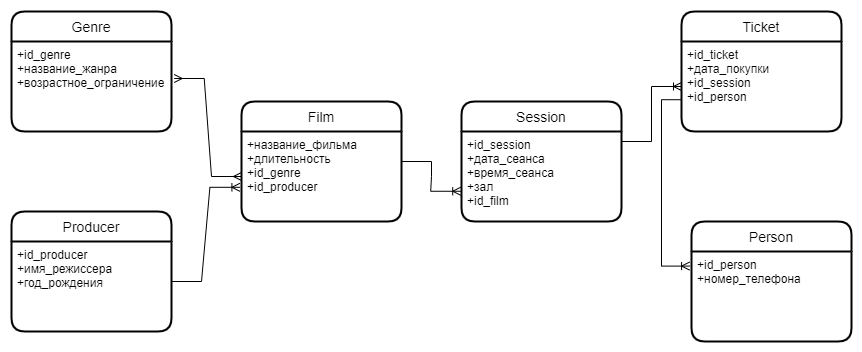
The draw.io diagram Cinema.drawio.png in Kolesa-Education/kolesa-upgrade-homework-4, before a commit. Source tidied: cells renumbered, new cells last; positions are measured from the earlier drawing's top-left corner, leaving out a move shared by most shapes.
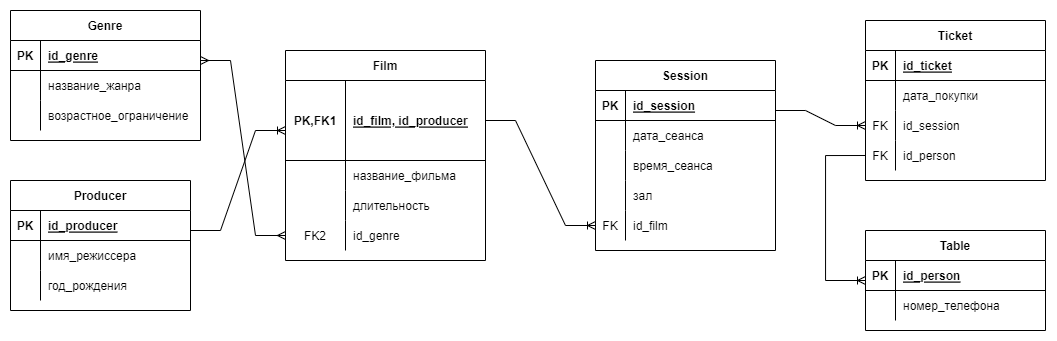
The same diagram one commit later.

The edit, as a diff of the source:
```diff
@@ -2,67 +2,242 @@
   <root>
     <mxCell id="0" />
     <mxCell id="1" parent="0" />
+    <mxCell id="4" value="Genre" style="shape=table;startSize=30;rowLines=0;fontStyle=1;align=center;" parent="1" vertex="1">
+      <mxGeometry x="-15" y="520" width="190" height="130" as="geometry" />
+    </mxCell>
+    <mxCell id="19" style="shape=tableRow;horizontal=0;startSize=0;swimlaneHead=0;swimlaneBody=0;fillColor=none;top=0;left=0;right=0;bottom=1;" parent="4" vertex="1">
+      <mxGeometry y="30" width="190" height="30" as="geometry" />
+    </mxCell>
+    <mxCell id="20" value="PK" style="shape=partialRectangle;fillColor=none;top=0;left=0;bottom=0;right=0;fontStyle=1;overflow=hidden;" parent="19" vertex="1">
+      <mxGeometry width="30" height="30" as="geometry" />
+    </mxCell>
+    <mxCell id="21" value="id_genre" style="shape=partialRectangle;fillColor=none;top=0;left=0;bottom=0;right=0;align=left;spacingLeft=6;fontStyle=5;overflow=hidden;" parent="19" vertex="1">
+      <mxGeometry x="30" width="160" height="30" as="geometry" />
+    </mxCell>
+    <mxCell id="22" style="shape=tableRow;horizontal=0;startSize=0;swimlaneHead=0;swimlaneBody=0;fillColor=none;top=0;left=0;right=0;bottom=0;" parent="4" vertex="1">
+      <mxGeometry y="60" width="190" height="30" as="geometry" />
+    </mxCell>
+    <mxCell id="23" style="shape=partialRectangle;fillColor=none;top=0;left=0;bottom=0;right=0;overflow=hidden;" parent="22" vertex="1">
+      <mxGeometry width="30" height="30" as="geometry" />
+    </mxCell>
+    <mxCell id="24" value="название_жанра" style="shape=partialRectangle;fillColor=none;top=0;left=0;bottom=0;right=0;align=left;spacingLeft=6;overflow=hidden;" parent="22" vertex="1">
+      <mxGeometry x="30" width="160" height="30" as="geometry" />
+    </mxCell>
+    <mxCell id="25" style="shape=tableRow;horizontal=0;startSize=0;swimlaneHead=0;swimlaneBody=0;fillColor=none;top=0;left=0;right=0;bottom=0;" parent="4" vertex="1">
+      <mxGeometry y="90" width="190" height="30" as="geometry" />
+    </mxCell>
+    <mxCell id="26" style="shape=partialRectangle;fillColor=none;top=0;left=0;bottom=0;right=0;overflow=hidden;" parent="25" vertex="1">
+      <mxGeometry width="30" height="30" as="geometry" />
+    </mxCell>
+    <mxCell id="27" value="возрастное_ограничение" style="shape=partialRectangle;fillColor=none;top=0;left=0;bottom=0;right=0;align=left;spacingLeft=6;overflow=hidden;" parent="25" vertex="1">
+      <mxGeometry x="30" width="160" height="30" as="geometry" />
+    </mxCell>
+    <mxCell id="6" value="Producer" style="shape=table;startSize=30;rowLines=0;fontStyle=1;align=center;" parent="1" vertex="1">
+      <mxGeometry x="-15" y="690" width="180" height="130" as="geometry" />
+    </mxCell>
+    <mxCell id="28" style="shape=tableRow;horizontal=0;startSize=0;swimlaneHead=0;swimlaneBody=0;fillColor=none;top=0;left=0;right=0;bottom=1;" parent="6" vertex="1">
+      <mxGeometry y="30" width="180" height="30" as="geometry" />
+    </mxCell>
+    <mxCell id="29" value="PK" style="shape=partialRectangle;fillColor=none;top=0;left=0;bottom=0;right=0;fontStyle=1;overflow=hidden;" parent="28" vertex="1">
+      <mxGeometry width="30" height="30" as="geometry" />
+    </mxCell>
+    <mxCell id="30" value="id_producer" style="shape=partialRectangle;fillColor=none;top=0;left=0;bottom=0;right=0;align=left;spacingLeft=6;fontStyle=5;overflow=hidden;" parent="28" vertex="1">
+      <mxGeometry x="30" width="150" height="30" as="geometry" />
+    </mxCell>
+    <mxCell id="31" style="shape=tableRow;horizontal=0;startSize=0;swimlaneHead=0;swimlaneBody=0;fillColor=none;top=0;left=0;right=0;bottom=0;" parent="6" vertex="1">
+      <mxGeometry y="60" width="180" height="30" as="geometry" />
+    </mxCell>
+    <mxCell id="32" style="shape=partialRectangle;fillColor=none;top=0;left=0;bottom=0;right=0;overflow=hidden;" parent="31" vertex="1">
+      <mxGeometry width="30" height="30" as="geometry" />
+    </mxCell>
+    <mxCell id="33" value="имя_режиссера" style="shape=partialRectangle;fillColor=none;top=0;left=0;bottom=0;right=0;align=left;spacingLeft=6;overflow=hidden;" parent="31" vertex="1">
+      <mxGeometry x="30" width="150" height="30" as="geometry" />
+    </mxCell>
+    <mxCell id="34" style="shape=tableRow;horizontal=0;startSize=0;swimlaneHead=0;swimlaneBody=0;fillColor=none;top=0;left=0;right=0;bottom=0;" parent="6" vertex="1">
+      <mxGeometry y="90" width="180" height="30" as="geometry" />
+    </mxCell>
+    <mxCell id="35" style="shape=partialRectangle;fillColor=none;top=0;left=0;bottom=0;right=0;overflow=hidden;" parent="34" vertex="1">
+      <mxGeometry width="30" height="30" as="geometry" />
+    </mxCell>
+    <mxCell id="36" value="год_рождения" style="shape=partialRectangle;fillColor=none;top=0;left=0;bottom=0;right=0;align=left;spacingLeft=6;overflow=hidden;" parent="34" vertex="1">
+      <mxGeometry x="30" width="150" height="30" as="geometry" />
+    </mxCell>
-    <mxCell id="2" value="Film" style="swimlane;horizontal=1;startSize=30;rounded=1;fontSize=14;fontStyle=0;strokeWidth=2;shadow=0;dashed=0;align=center;" parent="1" vertex="1">
-      <mxGeometry x="230" y="90" width="160" height="120" as="geometry" />
+    <mxCell id="2" value="Film" style="shape=table;startSize=30;rowLines=0;fontStyle=1;align=center;" parent="1" vertex="1">
+      <mxGeometry x="260" y="560" width="200" height="210" as="geometry" />
     </mxCell>
-    <mxCell id="3" value="+название_фильма&#10;+длительность&#10;+id_genre&#10;+id_producer" style="align=left;strokeColor=none;fillColor=none;spacingLeft=4;fontSize=12;verticalAlign=top;" parent="2" vertex="1">
-      <mxGeometry y="30" width="160" height="90" as="geometry" />
-    </mxCell>
-    <mxCell id="4" value="Genre" style="swimlane;horizontal=1;startSize=30;rounded=1;fontSize=14;fontStyle=0;strokeWidth=2;shadow=0;dashed=0;align=center;" parent="1" vertex="1">
-      <mxGeometry width="160" height="120" as="geometry" />
-    </mxCell>
-    <mxCell id="5" value="+id_genre&#10;+название_жанра&#10;+возрастное_ограничение" style="align=left;strokeColor=none;fillColor=none;spacingLeft=4;fontSize=12;verticalAlign=top;" parent="4" vertex="1">
-      <mxGeometry y="30" width="160" height="90" as="geometry" />
-    </mxCell>
-    <mxCell id="6" value="Producer" style="swimlane;horizontal=1;startSize=30;rounded=1;fontSize=14;fontStyle=0;strokeWidth=2;shadow=0;dashed=0;align=center;" parent="1" vertex="1">
-      <mxGeometry y="200" width="160" height="120" as="geometry" />
-    </mxCell>
-    <mxCell id="7" value="+id_producer&#10;+имя_режиссера&#10;+год_рождения" style="align=left;strokeColor=none;fillColor=none;spacingLeft=4;fontSize=12;verticalAlign=top;" parent="6" vertex="1">
-      <mxGeometry y="30" width="160" height="90" as="geometry" />
-    </mxCell>
+    <mxCell id="37" style="shape=tableRow;horizontal=0;startSize=0;swimlaneHead=0;swimlaneBody=0;fillColor=none;top=0;left=0;right=0;bottom=1;" parent="2" vertex="1">
+      <mxGeometry y="30" width="200" height="80" as="geometry" />
+    </mxCell>
+    <mxCell id="38" value="PK,FK1" style="shape=partialRectangle;fillColor=none;top=0;left=0;bottom=0;right=0;fontStyle=1;overflow=hidden;" parent="37" vertex="1">
+      <mxGeometry width="60" height="80" as="geometry" />
+    </mxCell>
+    <mxCell id="39" value="id_film, id_producer" style="shape=partialRectangle;fillColor=none;top=0;left=0;bottom=0;right=0;align=left;spacingLeft=6;fontStyle=5;overflow=hidden;" parent="37" vertex="1">
+      <mxGeometry x="60" width="140" height="80" as="geometry" />
+    </mxCell>
+    <mxCell id="40" style="shape=tableRow;horizontal=0;startSize=0;swimlaneHead=0;swimlaneBody=0;fillColor=none;top=0;left=0;right=0;bottom=0;" parent="2" vertex="1">
+      <mxGeometry y="110" width="200" height="30" as="geometry" />
+    </mxCell>
+    <mxCell id="41" style="shape=partialRectangle;fillColor=none;top=0;left=0;bottom=0;right=0;overflow=hidden;" parent="40" vertex="1">
+      <mxGeometry width="60" height="30" as="geometry" />
+    </mxCell>
+    <mxCell id="42" value="название_фильма" style="shape=partialRectangle;fillColor=none;top=0;left=0;bottom=0;right=0;align=left;spacingLeft=6;overflow=hidden;" parent="40" vertex="1">
+      <mxGeometry x="60" width="140" height="30" as="geometry" />
+    </mxCell>
+    <mxCell id="43" style="shape=tableRow;horizontal=0;startSize=0;swimlaneHead=0;swimlaneBody=0;fillColor=none;top=0;left=0;right=0;bottom=0;" parent="2" vertex="1">
+      <mxGeometry y="140" width="200" height="30" as="geometry" />
+    </mxCell>
+    <mxCell id="44" style="shape=partialRectangle;fillColor=none;top=0;left=0;bottom=0;right=0;overflow=hidden;" parent="43" vertex="1">
+      <mxGeometry width="60" height="30" as="geometry" />
+    </mxCell>
+    <mxCell id="45" value="длительность" style="shape=partialRectangle;fillColor=none;top=0;left=0;bottom=0;right=0;align=left;spacingLeft=6;overflow=hidden;" parent="43" vertex="1">
+      <mxGeometry x="60" width="140" height="30" as="geometry" />
+    </mxCell>
+    <mxCell id="46" style="shape=tableRow;horizontal=0;startSize=0;swimlaneHead=0;swimlaneBody=0;fillColor=none;points=[[0,0.5],[1,0.5]];portConstraint=eastwest;top=0;left=0;right=0;bottom=0;" parent="2" vertex="1">
+      <mxGeometry y="170" width="200" height="30" as="geometry" />
+    </mxCell>
+    <mxCell id="47" value="FK2" style="shape=partialRectangle;fillColor=none;top=0;left=0;bottom=0;right=0;overflow=hidden;" parent="46" vertex="1">
+      <mxGeometry width="60" height="30" as="geometry" />
+    </mxCell>
+    <mxCell id="48" value="id_genre" style="shape=partialRectangle;fillColor=none;top=0;left=0;bottom=0;right=0;align=left;spacingLeft=6;overflow=hidden;" parent="46" vertex="1">
+      <mxGeometry x="60" width="140" height="30" as="geometry" />
+    </mxCell>
-    <mxCell id="8" value="Session" style="swimlane;horizontal=1;startSize=30;rounded=1;fontSize=14;fontStyle=0;strokeWidth=2;shadow=0;dashed=0;align=center;" parent="1" vertex="1">
-      <mxGeometry x="450" y="90" width="160" height="120" as="geometry" />
+    <mxCell id="8" value="Session" style="shape=table;startSize=30;rowLines=0;fontStyle=1;align=center;" parent="1" vertex="1">
+      <mxGeometry x="570" y="570" width="180" height="190" as="geometry" />
     </mxCell>
-    <mxCell id="9" value="+id_session&#10;+дата_сеанса&#10;+время_сеанса&#10;+зал&#10;+id_film" style="align=left;strokeColor=none;fillColor=none;spacingLeft=4;fontSize=12;verticalAlign=top;" parent="8" vertex="1">
-      <mxGeometry y="30" width="160" height="90" as="geometry" />
-    </mxCell>
+    <mxCell id="49" style="shape=tableRow;horizontal=0;startSize=0;swimlaneHead=0;swimlaneBody=0;fillColor=none;top=0;left=0;right=0;bottom=1;" parent="8" vertex="1">
+      <mxGeometry y="30" width="180" height="30" as="geometry" />
+    </mxCell>
+    <mxCell id="50" value="PK" style="shape=partialRectangle;fillColor=none;top=0;left=0;bottom=0;right=0;fontStyle=1;overflow=hidden;" parent="49" vertex="1">
+      <mxGeometry width="30" height="30" as="geometry" />
+    </mxCell>
+    <mxCell id="51" value="id_session" style="shape=partialRectangle;fillColor=none;top=0;left=0;bottom=0;right=0;align=left;spacingLeft=6;fontStyle=5;overflow=hidden;" parent="49" vertex="1">
+      <mxGeometry x="30" width="150" height="30" as="geometry" />
+    </mxCell>
+    <mxCell id="52" style="shape=tableRow;horizontal=0;startSize=0;swimlaneHead=0;swimlaneBody=0;fillColor=none;top=0;left=0;right=0;bottom=0;" parent="8" vertex="1">
+      <mxGeometry y="60" width="180" height="30" as="geometry" />
+    </mxCell>
+    <mxCell id="53" style="shape=partialRectangle;fillColor=none;top=0;left=0;bottom=0;right=0;overflow=hidden;" parent="52" vertex="1">
+      <mxGeometry width="30" height="30" as="geometry" />
+    </mxCell>
+    <mxCell id="54" value="дата_сеанса" style="shape=partialRectangle;fillColor=none;top=0;left=0;bottom=0;right=0;align=left;spacingLeft=6;overflow=hidden;" parent="52" vertex="1">
+      <mxGeometry x="30" width="150" height="30" as="geometry" />
+    </mxCell>
+    <mxCell id="55" style="shape=tableRow;horizontal=0;startSize=0;swimlaneHead=0;swimlaneBody=0;fillColor=none;top=0;left=0;right=0;bottom=0;" parent="8" vertex="1">
+      <mxGeometry y="90" width="180" height="30" as="geometry" />
+    </mxCell>
+    <mxCell id="56" style="shape=partialRectangle;fillColor=none;top=0;left=0;bottom=0;right=0;overflow=hidden;" parent="55" vertex="1">
+      <mxGeometry width="30" height="30" as="geometry" />
+    </mxCell>
+    <mxCell id="57" value="время_сеанса" style="shape=partialRectangle;fillColor=none;top=0;left=0;bottom=0;right=0;align=left;spacingLeft=6;overflow=hidden;" parent="55" vertex="1">
+      <mxGeometry x="30" width="150" height="30" as="geometry" />
+    </mxCell>
+    <mxCell id="58" style="shape=tableRow;horizontal=0;startSize=0;swimlaneHead=0;swimlaneBody=0;fillColor=none;top=0;left=0;right=0;bottom=0;" parent="8" vertex="1">
+      <mxGeometry y="120" width="180" height="30" as="geometry" />
+    </mxCell>
+    <mxCell id="59" style="shape=partialRectangle;fillColor=none;top=0;left=0;bottom=0;right=0;overflow=hidden;" parent="58" vertex="1">
+      <mxGeometry width="30" height="30" as="geometry" />
+    </mxCell>
+    <mxCell id="60" value="зал" style="shape=partialRectangle;fillColor=none;top=0;left=0;bottom=0;right=0;align=left;spacingLeft=6;overflow=hidden;" parent="58" vertex="1">
+      <mxGeometry x="30" width="150" height="30" as="geometry" />
+    </mxCell>
+    <mxCell id="61" style="shape=tableRow;horizontal=0;startSize=0;swimlaneHead=0;swimlaneBody=0;fillColor=none;points=[[0,0.5],[1,0.5]];portConstraint=eastwest;top=0;left=0;right=0;bottom=0;" parent="8" vertex="1">
+      <mxGeometry y="150" width="180" height="30" as="geometry" />
+    </mxCell>
+    <mxCell id="62" value="FK" style="shape=partialRectangle;fillColor=none;top=0;left=0;bottom=0;right=0;overflow=hidden;" parent="61" vertex="1">
+      <mxGeometry width="30" height="30" as="geometry" />
+    </mxCell>
+    <mxCell id="63" value="id_film" style="shape=partialRectangle;fillColor=none;top=0;left=0;bottom=0;right=0;align=left;spacingLeft=6;overflow=hidden;" parent="61" vertex="1">
+      <mxGeometry x="30" width="150" height="30" as="geometry" />
+    </mxCell>
-    <mxCell id="10" value="Ticket" style="swimlane;horizontal=1;startSize=30;rounded=1;fontSize=14;fontStyle=0;strokeWidth=2;shadow=0;dashed=0;align=center;" parent="1" vertex="1">
-      <mxGeometry x="670" width="160" height="120" as="geometry" />
+    <mxCell id="10" value="Ticket" style="shape=table;startSize=30;rowLines=0;fontStyle=1;align=center;" parent="1" vertex="1">
+      <mxGeometry x="840" y="530" width="180" height="160" as="geometry" />
     </mxCell>
-    <mxCell id="11" value="+id_ticket&#10;+дата_покупки&#10;+id_session&#10;+id_person" style="align=left;strokeColor=none;fillColor=none;spacingLeft=4;fontSize=12;verticalAlign=top;" parent="10" vertex="1">
-      <mxGeometry y="30" width="160" height="90" as="geometry" />
-    </mxCell>
-    <mxCell id="12" value="Person" style="swimlane;horizontal=1;startSize=30;rounded=1;fontSize=14;fontStyle=0;strokeWidth=2;shadow=0;dashed=0;align=center;" parent="1" vertex="1">
-      <mxGeometry x="680" y="210" width="160" height="120" as="geometry" />
-    </mxCell>
-    <mxCell id="13" value="+id_person&#10;+номер_телефона" style="align=left;strokeColor=none;fillColor=none;spacingLeft=4;fontSize=12;verticalAlign=top;" parent="12" vertex="1">
-      <mxGeometry y="30" width="160" height="90" as="geometry" />
-    </mxCell>
-    <mxCell id="14" style="edgeStyle=entityRelationEdgeStyle;fontSize=12;html=1;endArrow=ERoneToMany;rounded=0;entryX=-0.01;entryY=0.62;entryDx=0;entryDy=0;entryPerimeter=0;" parent="1" edge="1" target="3">
-      <mxGeometry relative="1" as="geometry">
-        <mxPoint x="160" y="270" as="sourcePoint" />
-      </mxGeometry>
-    </mxCell>
-    <mxCell id="15" style="edgeStyle=entityRelationEdgeStyle;fontSize=12;html=1;endArrow=ERmany;startArrow=ERmany;rounded=0;exitX=1.017;exitY=0.411;exitDx=0;exitDy=0;exitPerimeter=0;entryX=0;entryY=0.5;entryDx=0;entryDy=0;" parent="1" edge="1" source="5" target="3">
-      <mxGeometry relative="1" as="geometry" />
-    </mxCell>
-    <mxCell id="16" style="edgeStyle=entityRelationEdgeStyle;fontSize=12;html=1;endArrow=ERoneToMany;rounded=0;entryX=-0.005;entryY=0.664;entryDx=0;entryDy=0;entryPerimeter=0;" parent="1" edge="1" target="9">
-      <mxGeometry relative="1" as="geometry">
-        <mxPoint x="390" y="150" as="sourcePoint" />
-      </mxGeometry>
-    </mxCell>
-    <mxCell id="17" style="edgeStyle=entityRelationEdgeStyle;fontSize=12;html=1;endArrow=ERoneToMany;rounded=0;entryX=0;entryY=0.5;entryDx=0;entryDy=0;" parent="1" edge="1" target="11">
-      <mxGeometry relative="1" as="geometry">
-        <mxPoint x="610" y="130" as="sourcePoint" />
-      </mxGeometry>
-    </mxCell>
-    <mxCell id="18" style="edgeStyle=orthogonalEdgeStyle;fontSize=12;html=1;endArrow=ERoneToMany;rounded=0;exitX=0;exitY=0.647;exitDx=0;exitDy=0;exitPerimeter=0;entryX=-0.012;entryY=0.162;entryDx=0;entryDy=0;entryPerimeter=0;" parent="1" edge="1" source="11" target="13">
-      <mxGeometry relative="1" as="geometry">
-        <Array as="points">
-          <mxPoint x="650" y="88" />
-          <mxPoint x="650" y="255" />
-        </Array>
-      </mxGeometry>
-    </mxCell>
+    <mxCell id="64" style="shape=tableRow;horizontal=0;startSize=0;swimlaneHead=0;swimlaneBody=0;fillColor=none;top=0;left=0;right=0;bottom=1;" parent="10" vertex="1">
+      <mxGeometry y="30" width="180" height="30" as="geometry" />
+    </mxCell>
+    <mxCell id="65" value="PK" style="shape=partialRectangle;fillColor=none;top=0;left=0;bottom=0;right=0;fontStyle=1;overflow=hidden;" parent="64" vertex="1">
+      <mxGeometry width="30" height="30" as="geometry" />
+    </mxCell>
+    <mxCell id="66" value="id_ticket" style="shape=partialRectangle;fillColor=none;top=0;left=0;bottom=0;right=0;align=left;spacingLeft=6;fontStyle=5;overflow=hidden;" parent="64" vertex="1">
+      <mxGeometry x="30" width="150" height="30" as="geometry" />
+    </mxCell>
+    <mxCell id="67" style="shape=tableRow;horizontal=0;startSize=0;swimlaneHead=0;swimlaneBody=0;fillColor=none;top=0;left=0;right=0;bottom=0;" parent="10" vertex="1">
+      <mxGeometry y="60" width="180" height="30" as="geometry" />
+    </mxCell>
+    <mxCell id="68" style="shape=partialRectangle;fillColor=none;top=0;left=0;bottom=0;right=0;overflow=hidden;" parent="67" vertex="1">
+      <mxGeometry width="30" height="30" as="geometry" />
+    </mxCell>
+    <mxCell id="69" value="дата_покупки" style="shape=partialRectangle;fillColor=none;top=0;left=0;bottom=0;right=0;align=left;spacingLeft=6;overflow=hidden;" parent="67" vertex="1">
+      <mxGeometry x="30" width="150" height="30" as="geometry" />
+    </mxCell>
+    <mxCell id="70" style="shape=tableRow;horizontal=0;startSize=0;swimlaneHead=0;swimlaneBody=0;fillColor=none;points=[[0,0.5],[1,0.5]];portConstraint=eastwest;top=0;left=0;right=0;bottom=0;" parent="10" vertex="1">
+      <mxGeometry y="90" width="180" height="30" as="geometry" />
+    </mxCell>
+    <mxCell id="71" value="FK" style="shape=partialRectangle;fillColor=none;top=0;left=0;bottom=0;right=0;overflow=hidden;" parent="70" vertex="1">
+      <mxGeometry width="30" height="30" as="geometry" />
+    </mxCell>
+    <mxCell id="72" value="id_session" style="shape=partialRectangle;fillColor=none;top=0;left=0;bottom=0;right=0;align=left;spacingLeft=6;overflow=hidden;" parent="70" vertex="1">
+      <mxGeometry x="30" width="150" height="30" as="geometry" />
+    </mxCell>
+    <mxCell id="73" style="shape=tableRow;horizontal=0;startSize=0;swimlaneHead=0;swimlaneBody=0;fillColor=none;points=[[0,0.5],[1,0.5]];portConstraint=eastwest;top=0;left=0;right=0;bottom=0;" parent="10" vertex="1">
+      <mxGeometry y="120" width="180" height="30" as="geometry" />
+    </mxCell>
+    <mxCell id="74" value="FK" style="shape=partialRectangle;fillColor=none;top=0;left=0;bottom=0;right=0;overflow=hidden;" parent="73" vertex="1">
+      <mxGeometry width="30" height="30" as="geometry" />
+    </mxCell>
+    <mxCell id="75" value="id_person" style="shape=partialRectangle;fillColor=none;top=0;left=0;bottom=0;right=0;align=left;spacingLeft=6;overflow=hidden;" parent="73" vertex="1">
+      <mxGeometry x="30" width="150" height="30" as="geometry" />
+    </mxCell>
+    <mxCell id="76" value="Table" style="shape=table;startSize=30;rowLines=0;fontStyle=1;align=center;" parent="1" vertex="1">
+      <mxGeometry x="840" y="740" width="180" height="100" as="geometry" />
+    </mxCell>
+    <mxCell id="77" style="shape=tableRow;horizontal=0;startSize=0;swimlaneHead=0;swimlaneBody=0;fillColor=none;top=0;left=0;right=0;bottom=1;" parent="76" vertex="1">
+      <mxGeometry y="30" width="180" height="30" as="geometry" />
+    </mxCell>
+    <mxCell id="78" value="PK" style="shape=partialRectangle;fillColor=none;top=0;left=0;bottom=0;right=0;fontStyle=1;overflow=hidden;" parent="77" vertex="1">
+      <mxGeometry width="30" height="30" as="geometry" />
+    </mxCell>
+    <mxCell id="79" value="id_person" style="shape=partialRectangle;fillColor=none;top=0;left=0;bottom=0;right=0;align=left;spacingLeft=6;fontStyle=5;overflow=hidden;" parent="77" vertex="1">
+      <mxGeometry x="30" width="150" height="30" as="geometry" />
+    </mxCell>
+    <mxCell id="80" style="shape=tableRow;horizontal=0;startSize=0;swimlaneHead=0;swimlaneBody=0;fillColor=none;top=0;left=0;right=0;bottom=0;" parent="76" vertex="1">
+      <mxGeometry y="60" width="180" height="30" as="geometry" />
+    </mxCell>
+    <mxCell id="81" style="shape=partialRectangle;fillColor=none;top=0;left=0;bottom=0;right=0;overflow=hidden;" parent="80" vertex="1">
+      <mxGeometry width="30" height="30" as="geometry" />
+    </mxCell>
+    <mxCell id="82" value="номер_телефона" style="shape=partialRectangle;fillColor=none;top=0;left=0;bottom=0;right=0;align=left;spacingLeft=6;overflow=hidden;" parent="80" vertex="1">
+      <mxGeometry x="30" width="150" height="30" as="geometry" />
+    </mxCell>
+    <mxCell id="83" style="edgeStyle=entityRelationEdgeStyle;fontSize=12;html=1;endArrow=ERmany;startArrow=ERmany;rounded=0;entryX=0;entryY=0.5;entryDx=0;entryDy=0;" parent="1" edge="1" target="46">
+      <mxGeometry relative="1" as="geometry">
+        <mxPoint x="175" y="570" as="sourcePoint" />
+      </mxGeometry>
+    </mxCell>
+    <mxCell id="84" style="edgeStyle=entityRelationEdgeStyle;fontSize=12;html=1;endArrow=ERoneToMany;rounded=0;" parent="1" edge="1">
+      <mxGeometry relative="1" as="geometry">
+        <mxPoint x="165" y="740" as="sourcePoint" />
+        <mxPoint x="260" y="640" as="targetPoint" />
+      </mxGeometry>
+    </mxCell>
+    <mxCell id="85" style="edgeStyle=entityRelationEdgeStyle;fontSize=12;html=1;endArrow=ERoneToMany;rounded=0;entryX=0;entryY=0.5;entryDx=0;entryDy=0;" parent="1" edge="1" target="61">
+      <mxGeometry relative="1" as="geometry">
+        <mxPoint x="460" y="630" as="sourcePoint" />
+      </mxGeometry>
+    </mxCell>
+    <mxCell id="86" style="edgeStyle=entityRelationEdgeStyle;fontSize=12;html=1;endArrow=ERoneToMany;rounded=0;entryX=0;entryY=0.5;entryDx=0;entryDy=0;" parent="1" edge="1" target="70">
+      <mxGeometry relative="1" as="geometry">
+        <mxPoint x="750" y="620" as="sourcePoint" />
+      </mxGeometry>
+    </mxCell>
+    <mxCell id="87" style="edgeStyle=orthogonalEdgeStyle;fontSize=12;html=1;endArrow=ERoneToMany;rounded=0;exitX=0;exitY=0.5;exitDx=0;exitDy=0;" parent="1" edge="1" source="73">
+      <mxGeometry relative="1" as="geometry">
+        <mxPoint x="840" y="790" as="targetPoint" />
+        <Array as="points">
+          <mxPoint x="800" y="665" />
+          <mxPoint x="800" y="790" />
+        </Array>
+      </mxGeometry>
+    </mxCell>
   </root>
 </mxGraphModel>
```
